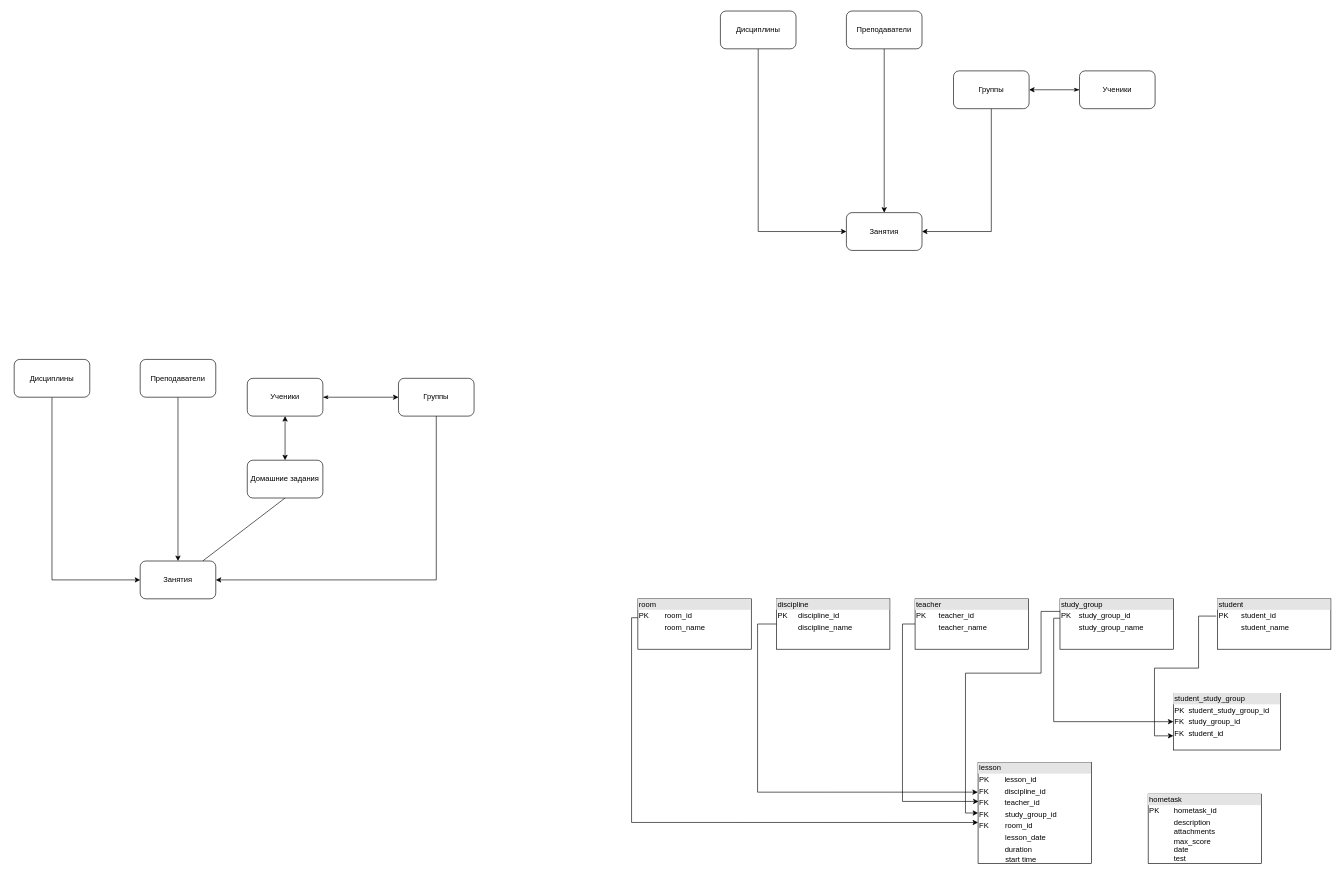
The draw.io diagram web_final.drawio in flouressaint/myDiagrams, before the edit. Source tidied: cells renumbered, new cells numbered last; positions are measured from the earlier drawing's top-left corner, leaving out a move shared by most shapes. Both pictures are drawn from the tidied source at 63%, with x=0, y=0 at pixel (14, 11).
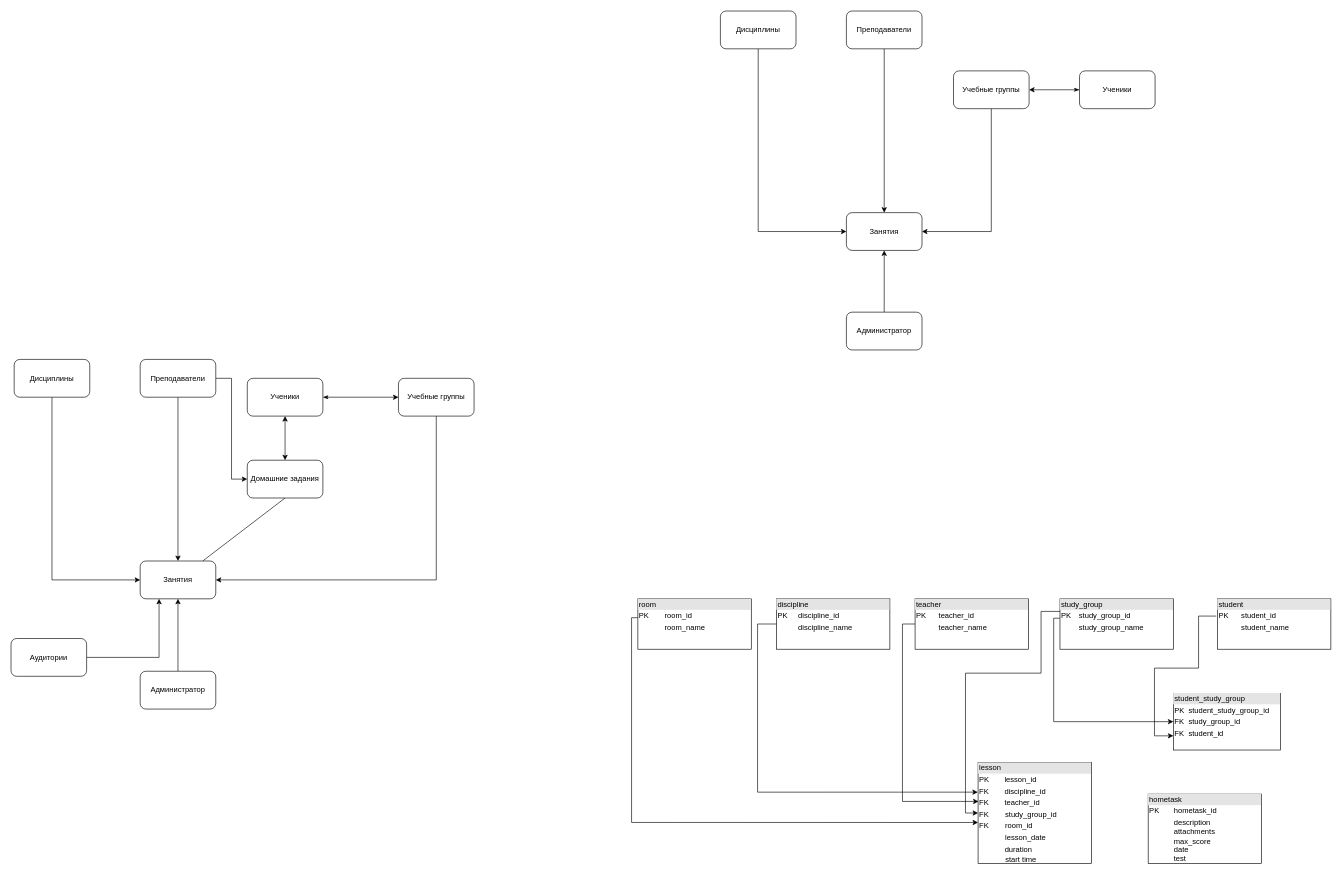
Above is the later version.

The change refers to these unchanged cells:
```xml
<mxCell id="3" value="Занятия" style="rounded=1;whiteSpace=wrap;html=1;" parent="1" vertex="1">
  <mxGeometry x="200" y="873" width="120" height="60" as="geometry" />
</mxCell>
<mxCell id="5" value="Преподавате&lt;span style=&quot;white-space: pre;&quot;&gt;ли&lt;/span&gt;" style="rounded=1;whiteSpace=wrap;html=1;" parent="1" vertex="1">
  <mxGeometry x="200" y="553" width="120" height="60" as="geometry" />
</mxCell>
<mxCell id="13" value="Домашние задания" style="rounded=1;whiteSpace=wrap;html=1;" parent="1" vertex="1">
  <mxGeometry x="370" y="713" width="120" height="60" as="geometry" />
</mxCell>
<mxCell id="14" value="Занятия" style="rounded=1;whiteSpace=wrap;html=1;" parent="1" vertex="1">
  <mxGeometry x="1321" y="320" width="120" height="60" as="geometry" />
</mxCell>
```

Change to the diagram source:
```diff
@@
+    <mxCell id="37" style="edgeStyle=orthogonalEdgeStyle;rounded=0;jettySize=auto;html=1;entryX=0;entryY=0.5;entryDx=0;entryDy=0;" parent="1" edge="1" source="5" target="13">
+      <mxGeometry relative="1" as="geometry" />
+    </mxCell>
@@
-    <mxCell id="12" value="Группы" style="rounded=1;whiteSpace=wrap;html=1;" parent="1" vertex="1">
+    <mxCell id="12" value="Учебные группы" style="rounded=1;whiteSpace=wrap;html=1;" parent="1" vertex="1">
       <mxGeometry x="610" y="583" width="120" height="60" as="geometry" />
     </mxCell>
@@
-    <mxCell id="22" value="Группы" style="rounded=1;whiteSpace=wrap;html=1;" parent="1" vertex="1">
+    <mxCell id="22" value="Учебные группы" style="rounded=1;whiteSpace=wrap;html=1;" parent="1" vertex="1">
       <mxGeometry x="1491" y="95" width="120" height="60" as="geometry" />
     </mxCell>
@@
+    <mxCell id="38" style="edgeStyle=orthogonalEdgeStyle;rounded=0;jettySize=auto;html=1;entryX=0.5;entryY=1;entryDx=0;entryDy=0;" parent="1" edge="1" source="39" target="14">
+      <mxGeometry relative="1" as="geometry" />
+    </mxCell>
+    <mxCell id="39" value="Администратор" style="rounded=1;whiteSpace=wrap;html=1;" parent="1" vertex="1">
+      <mxGeometry x="1321" y="478" width="120" height="60" as="geometry" />
+    </mxCell>
+    <mxCell id="40" style="edgeStyle=orthogonalEdgeStyle;rounded=0;jettySize=auto;html=1;entryX=0.5;entryY=1;entryDx=0;entryDy=0;" parent="1" edge="1" source="41" target="3">
+      <mxGeometry relative="1" as="geometry" />
+    </mxCell>
+    <mxCell id="41" value="Администратор" style="rounded=1;whiteSpace=wrap;html=1;" parent="1" vertex="1">
+      <mxGeometry x="200" y="1048" width="120" height="60" as="geometry" />
+    </mxCell>
+    <mxCell id="42" style="edgeStyle=orthogonalEdgeStyle;rounded=0;jettySize=auto;html=1;entryX=0.25;entryY=1;entryDx=0;entryDy=0;" parent="1" edge="1" source="43" target="3">
+      <mxGeometry relative="1" as="geometry" />
+    </mxCell>
+    <mxCell id="43" value="Аудитории" style="rounded=1;whiteSpace=wrap;html=1;" parent="1" vertex="1">
+      <mxGeometry x="-5" y="996" width="120" height="60" as="geometry" />
+    </mxCell>
```
